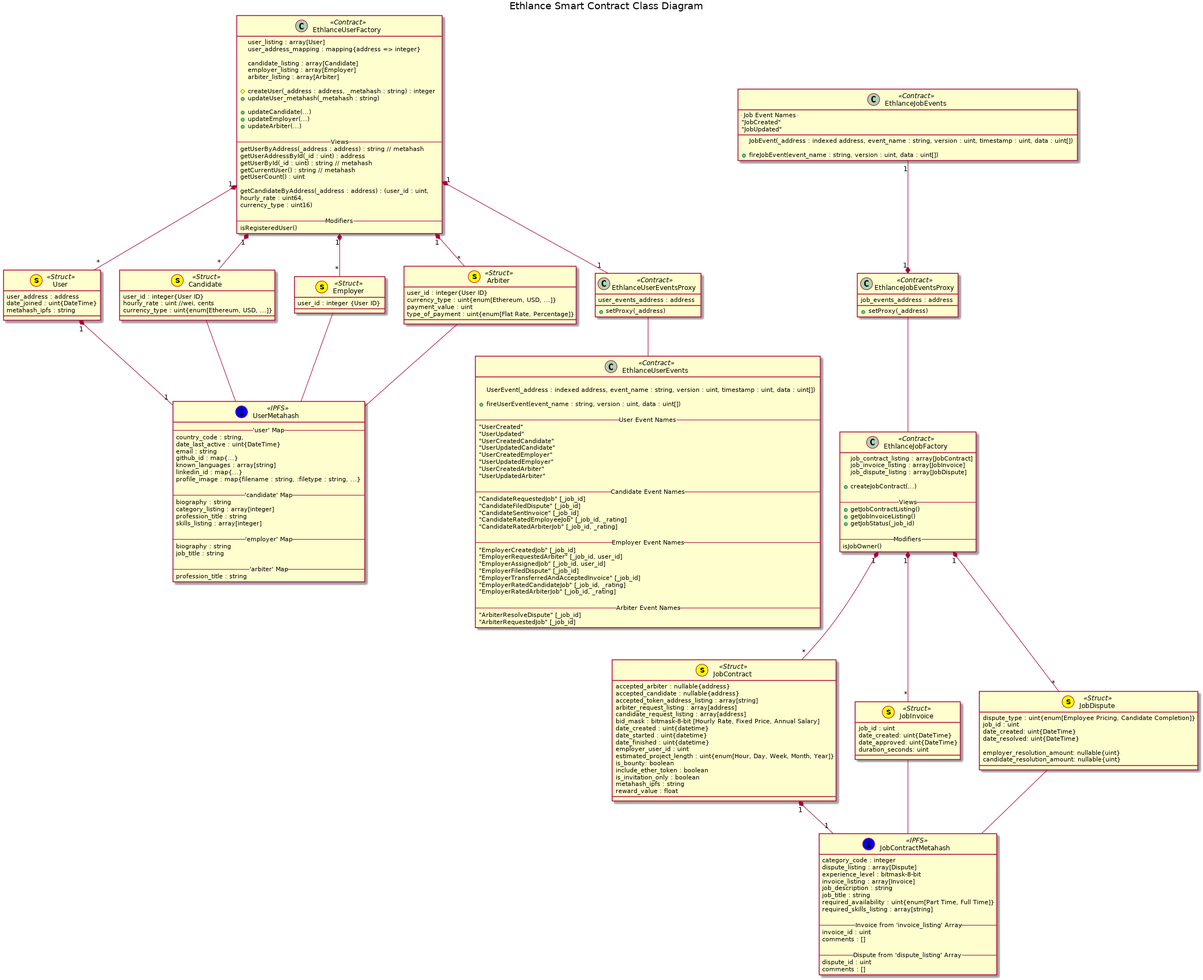
The PlantUML diagram docs/spec/class_diagram.png in district0x/ethlance, before a commit. Its diagram source:
```plantuml
@startuml
title Ethlance Smart Contract Class Diagram

class UserMetahash << (I,blue) IPFS >> {
  -- 'user' Map --
  country_code : string,
  date_last_active : uint{DateTime}
  email : string
  github_id : map{...}
  known_languages : array[string]
  linkedin_id : map{...}
  profile_image : map{filename : string, :filetype : string, ...}

  -- 'candidate' Map --
  biography : string
  category_listing : array[integer]
  profession_title : string
  skills_listing : array[integer]

  -- 'employer' Map --
  biography : string
  job_title : string

  -- 'arbiter' Map --
  profession_title : string
}

User "1" *-- "1" UserMetahash
class User << (s,yellow) Struct >> {
  user_address : address
  date_joined : uint{DateTime}
  metahash_ipfs : string
}

Candidate -- UserMetahash
class Candidate << (s,yellow) Struct >> {
  user_id : integer{User ID}
  hourly_rate : uint //wei, cents
  currency_type : uint{enum[Ethereum, USD, ...]}
}

Employer -- UserMetahash
class Employer << (s,yellow) Struct >> {
  user_id : integer {User ID}
}

Arbiter -- UserMetahash
class Arbiter << (s,yellow) Struct >> {
  user_id : integer{User ID}
  currency_type : uint{enum[Ethereum, USD, ...]}
  payment_value : uint
  type_of_payment : uint{enum[Flat Rate, Percentage]}
}

EthlanceUserFactory "1" *-- "*" User
EthlanceUserFactory "1" *-- "*" Candidate
EthlanceUserFactory "1" *-- "*" Employer
EthlanceUserFactory "1" *-- "*" Arbiter

class EthlanceUserFactory << Contract >> {
  user_listing : array[User]
  user_address_mapping : mapping{address => integer}

  candidate_listing : array[Candidate]
  employer_listing : array[Employer]
  arbiter_listing : array[Arbiter]

  #createUser(_address : address, _metahash : string) : integer
  +updateUser_metahash(_metahash : string)

  +updateCandidate(...)
  +updateEmployer(...)
  +updateArbiter(...)

  -- Views --
  getUserByAddress(_address : address) : string // metahash
  getUserAddressById(_id : uint) : address
  getUserById(_id : uint) : string // metahash
  getCurrentUser() : string // metahash
  getUserCount() : uint

  getCandidateByAddress(_address : address) : (user_id : uint,
                                               hourly_rate : uint64,
                                               currency_type : uint16)

  -- Modifiers --
  isRegisteredUser()
}

EthlanceUserFactory "1" *-- "1" EthlanceUserEventsProxy
class EthlanceUserEventsProxy << Contract >> {
  user_events_address : address
  +setProxy(_address)
}

EthlanceUserEventsProxy -- EthlanceUserEvents
class EthlanceUserEvents << Contract >> {

  UserEvent(_address : indexed address, event_name : string, version : uint, timestamp : uint, data : uint[])

  +fireUserEvent(event_name : string, version : uint, data : uint[])

  -- User Event Names --
  "UserCreated"
  "UserUpdated"
  "UserCreatedCandidate"
  "UserUpdatedCandidate"
  "UserCreatedEmployer"
  "UserUpdatedEmployer"
  "UserCreatedArbiter"
  "UserUpdatedArbiter"

  -- Candidate Event Names --
  "CandidateRequestedJob" [_job_id]
  "CandidateFiledDispute" [_job_id]
  "CandidateSentInvoice" [_job_id]
  "CandidateRatedEmployeeJob" [_job_id, _rating]
  "CandidateRatedArbiterJob" [_job_id, _rating]

  -- Employer Event Names --
  "EmployerCreatedJob" [_job_id]
  "EmployerRequestedArbiter" [_job_id, user_id]
  "EmployerAssignedJob" [_job_id, user_id]
  "EmployerFiledDispute" [_job_id]
  "EmployerTransferredAndAcceptedInvoice" [_job_id]
  "EmployerRatedCandidateJob" [_job_id, _rating]
  "EmployerRatedArbiterJob" [_job_id, _rating]

  -- Arbiter Event Names --
  "ArbiterResolveDispute" [_job_id]
  "ArbiterRequestedJob" [_job_id]
}

class JobContractMetahash << (I,blue) IPFS >> {
  category_code : integer
  dispute_listing : array[Dispute]
  experience_level : bitmask-8-bit
  invoice_listing : array[Invoice]
  job_description : string
  job_title : string
  required_availability : uint{enum[Part Time, Full Time]}
  required_skills_listing : array[string]

  -- Invoice from 'invoice_listing' Array --
  invoice_id : uint
  comments : []

  -- Dispute from 'dispute_listing' Array --
  dispute_id : uint
  comments : []
}

JobContract "1" *-- "1" JobContractMetahash
class JobContract << (s,yellow) Struct >> {
  accepted_arbiter : nullable{address}
  accepted_candidate : nullable{address}
  accepted_token_address_listing : array[string]
  arbiter_request_listing : array[address]
  candidate_request_listing : array[address]
  bid_mask : bitmask-8-bit [Hourly Rate, Fixed Price, Annual Salary]
  date_created : uint{datetime}
  date_started : uint{datetime}
  date_finished : uint{datetime}
  employer_user_id : uint
  estimated_project_length : uint{enum[Hour, Day, Week, Month, Year]}
  is_bounty: boolean
  include_ether_token : boolean
  is_invitation_only : boolean
  metahash_ipfs : string
  reward_value : float
}

JobInvoice -- JobContractMetahash
class JobInvoice << (s,yellow) Struct >> {
  job_id : uint
  date_created: uint{DateTime}
  date_approved: uint{DateTime}
  duration_seconds: uint
}

JobDispute -- JobContractMetahash
class JobDispute << (s,yellow) Struct >> {
  dispute_type : uint{enum[Employee Pricing, Candidate Completion]}
  job_id : uint
  date_created: uint{DateTime}
  date_resolved: uint{DateTime}

  employer_resolution_amount: nullable{uint}
  candidate_resolution_amount: nullable{uint}
}

EthlanceJobFactory "1" *-- "*" JobContract
EthlanceJobFactory "1" *-- "*" JobInvoice
EthlanceJobFactory "1" *-- "*" JobDispute

class EthlanceJobFactory << Contract >> {
  job_contract_listing : array[JobContract]
  job_invoice_listing : array[JobInvoice]
  job_dispute_listing : array[JobDispute]

  +createJobContract(...)

  -- Views --
  +getJobContractListing()
  +getJobInvoiceListing()
  +getJobStatus(_job_id)

  -- Modifiers --
  isJobOwner()
}

EthlanceJobEventsProxy -- EthlanceJobFactory
class EthlanceJobEventsProxy << Contract >> {
  job_events_address : address
  +setProxy(_address)
}

EthlanceJobEvents "1" --* "1" EthlanceJobEventsProxy
class EthlanceJobEvents << Contract >> {

  JobEvent(_address : indexed address, event_name : string, version : uint, timestamp : uint, data : uint[])

  +fireJobEvent(event_name : string, version : uint, data : uint[])

  -- Job Event Names --
  "JobCreated"
  "JobUpdated"
}

@enduml
```
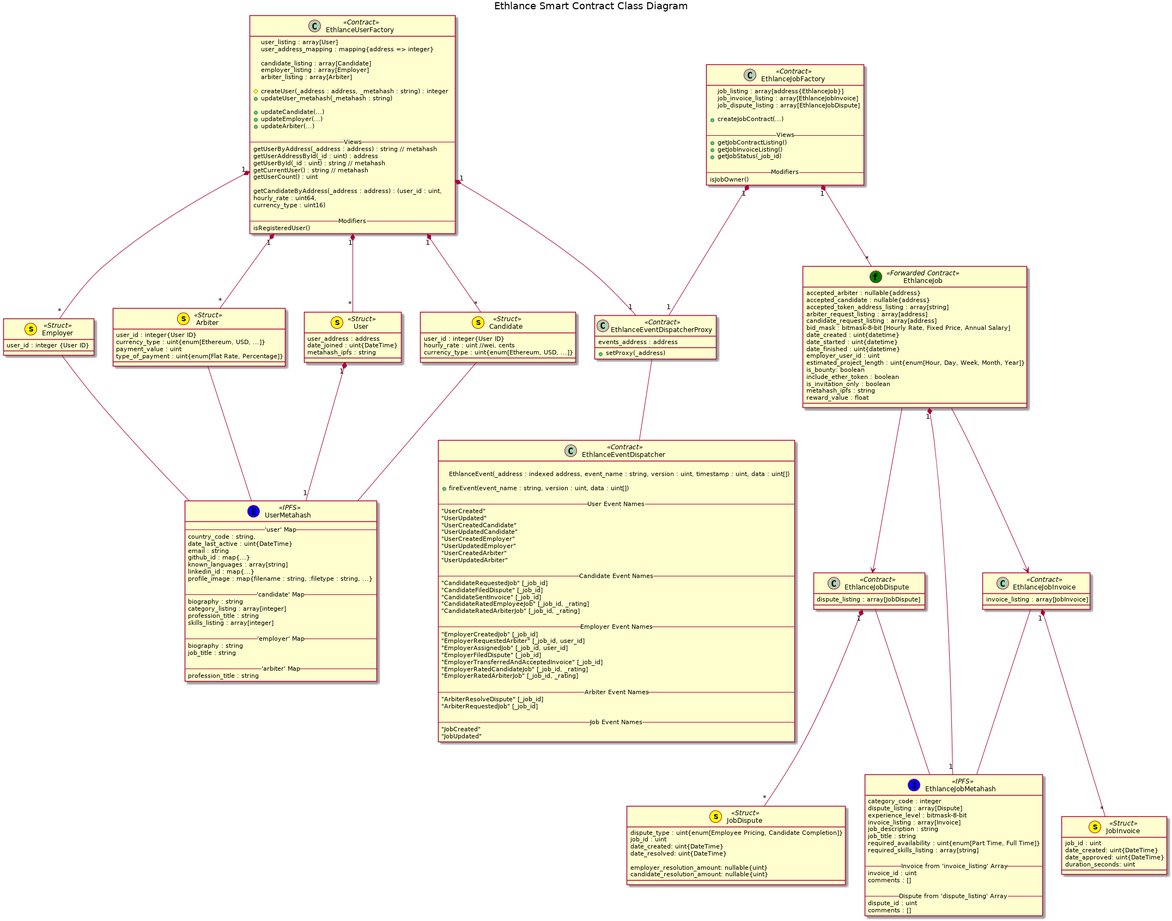
The same diagram one commit later.

Commit message:
Updated Class Diagram

What changed in the source:
```diff
@@ -87,18 +87,19 @@
   isRegisteredUser()
 }
 
-EthlanceUserFactory "1" *-- "1" EthlanceUserEventsProxy
-class EthlanceUserEventsProxy << Contract >> {
-  user_events_address : address
+EthlanceUserFactory "1" *-- "1" EthlanceEventDispatcherProxy
+EthlanceJobFactory "1" *-- "1" EthlanceEventDispatcherProxy
+class EthlanceEventDispatcherProxy << Contract >> {
+  events_address : address
   +setProxy(_address)
 }
 
-EthlanceUserEventsProxy -- EthlanceUserEvents
-class EthlanceUserEvents << Contract >> {
+EthlanceEventDispatcherProxy -- EthlanceEventDispatcher
+class EthlanceEventDispatcher << Contract >> {
 
-  UserEvent(_address : indexed address, event_name : string, version : uint, timestamp : uint, data : uint[])
+  EthlanceEvent(_address : indexed address, event_name : string, version : uint, timestamp : uint, data : uint[])
 
-  +fireUserEvent(event_name : string, version : uint, data : uint[])
+  +fireEvent(event_name : string, version : uint, data : uint[])
 
   -- User Event Names --
   "UserCreated"
@@ -129,9 +130,13 @@
   -- Arbiter Event Names --
   "ArbiterResolveDispute" [_job_id]
   "ArbiterRequestedJob" [_job_id]
+
+  -- Job Event Names --
+  "JobCreated"
+  "JobUpdated"
 }
 
-class JobContractMetahash << (I,blue) IPFS >> {
+class EthlanceJobMetahash << (I,blue) IPFS >> {
   category_code : integer
   dispute_listing : array[Dispute]
   experience_level : bitmask-8-bit
@@ -150,8 +155,10 @@
   comments : []
 }
 
-JobContract "1" *-- "1" JobContractMetahash
-class JobContract << (s,yellow) Struct >> {
+EthlanceJob "1" *-- "1" EthlanceJobMetahash
+EthlanceJob --> EthlanceJobInvoice
+EthlanceJob --> EthlanceJobDispute
+class EthlanceJob << (f,green) Forwarded Contract >> {
   accepted_arbiter : nullable{address}
   accepted_candidate : nullable{address}
   accepted_token_address_listing : array[string]
@@ -170,7 +177,12 @@
   reward_value : float
 }
 
-JobInvoice -- JobContractMetahash
+EthlanceJobInvoice -- EthlanceJobMetahash
+EthlanceJobInvoice "1" *-- "*" JobInvoice
+class EthlanceJobInvoice << Contract >> {
+  invoice_listing : array[JobInvoice]
+}
+
 class JobInvoice << (s,yellow) Struct >> {
   job_id : uint
   date_created: uint{DateTime}
@@ -178,7 +190,12 @@
   duration_seconds: uint
 }
 
-JobDispute -- JobContractMetahash
+EthlanceJobDispute -- EthlanceJobMetahash
+EthlanceJobDispute "1" *-- "*" JobDispute
+class EthlanceJobDispute << Contract >> {
+  dispute_listing : array[JobDispute]
+}
+
 class JobDispute << (s,yellow) Struct >> {
   dispute_type : uint{enum[Employee Pricing, Candidate Completion]}
   job_id : uint
@@ -189,14 +206,11 @@
   candidate_resolution_amount: nullable{uint}
 }
 
-EthlanceJobFactory "1" *-- "*" JobContract
-EthlanceJobFactory "1" *-- "*" JobInvoice
-EthlanceJobFactory "1" *-- "*" JobDispute
-
+EthlanceJobFactory "1" *-- "*" EthlanceJob
 class EthlanceJobFactory << Contract >> {
-  job_contract_listing : array[JobContract]
-  job_invoice_listing : array[JobInvoice]
-  job_dispute_listing : array[JobDispute]
+  job_listing : array[address{EthlanceJob}]
+  job_invoice_listing : array[EthlanceJobInvoice]
+  job_dispute_listing : array[EthlanceJobDispute]
 
   +createJobContract(...)
 
@@ -209,22 +223,4 @@
   isJobOwner()
 }
 
-EthlanceJobEventsProxy -- EthlanceJobFactory
-class EthlanceJobEventsProxy << Contract >> {
-  job_events_address : address
-  +setProxy(_address)
-}
-
-EthlanceJobEvents "1" --* "1" EthlanceJobEventsProxy
-class EthlanceJobEvents << Contract >> {
-
-  JobEvent(_address : indexed address, event_name : string, version : uint, timestamp : uint, data : uint[])
-
-  +fireJobEvent(event_name : string, version : uint, data : uint[])
-
-  -- Job Event Names --
-  "JobCreated"
-  "JobUpdated"
-}
-
 @enduml
```
